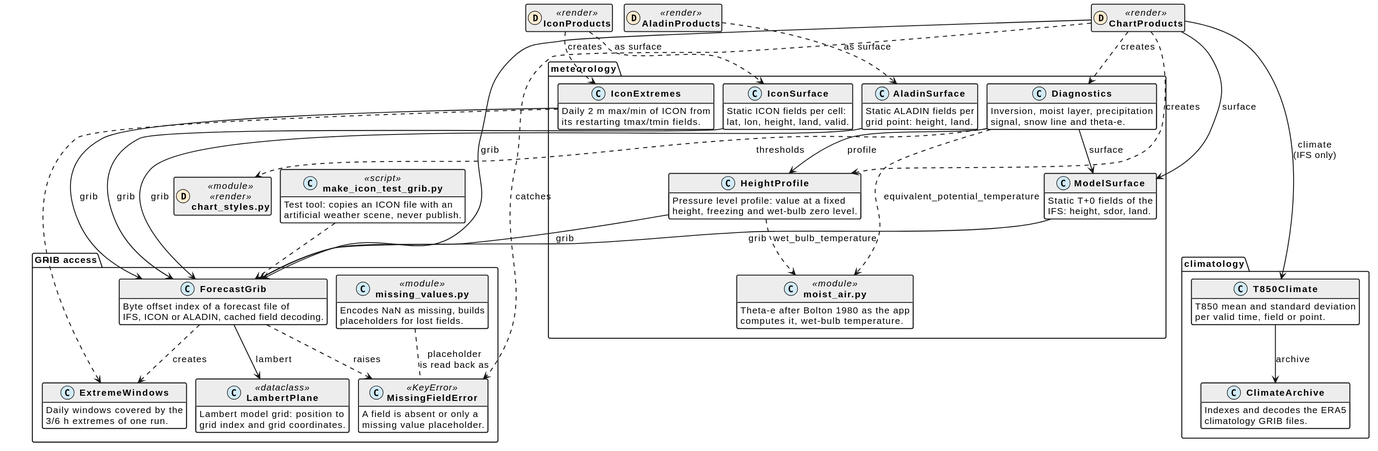
Earlier version of the PlantUML export docs/grib.svg (schletz/wetterkartenviewer).
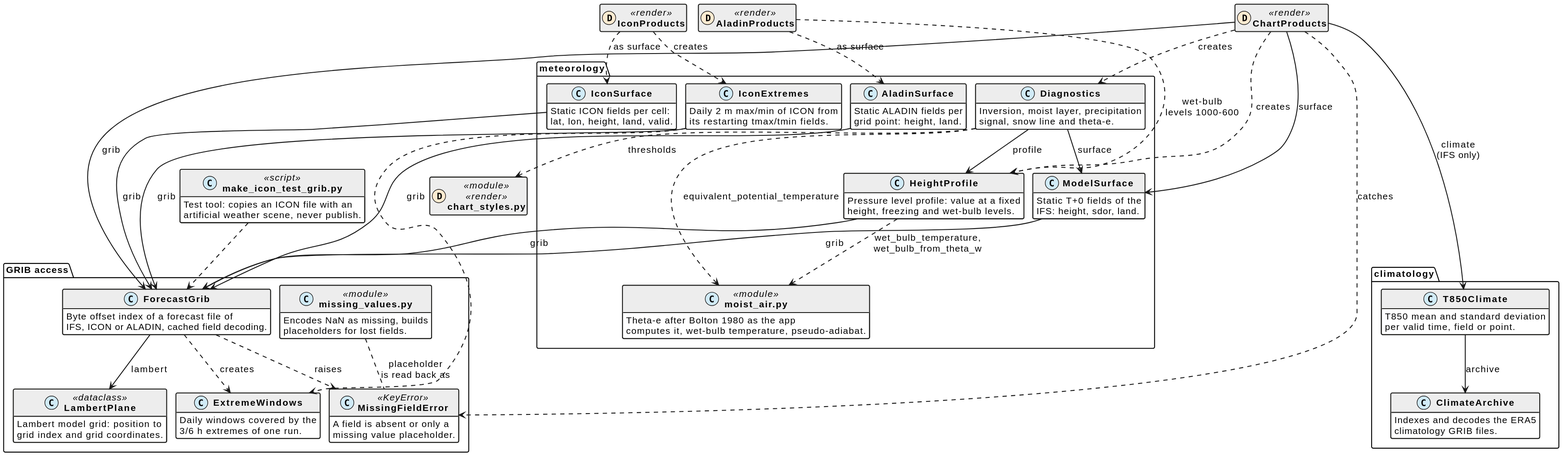
The same file after the commit.

Diff of the diagram source:
```diff
@@ -83,7 +83,7 @@
  }
  class HeightProfile {
  Pressure level profile: value at a fixed
- height, freezing and wet-bulb zero level.
+ height, freezing and wet-bulb levels.
  }
  class Diagnostics {
  Inversion, moist layer, precipitation
@@ -91,7 +91,7 @@
  }
  class "moist_air.py" as moist_air <<module>> {
  Theta-e after Bolton 1980 as the app
- computes it, wet-bulb temperature.
+ computes it, wet-bulb temperature, pseudo-adiabat.
  }
  class IconExtremes {
  Daily 2 m max/min of ICON from
@@ -113,6 +113,7 @@
 class IconProducts << (D,#fdebd1) render >>
 class AladinProducts << (D,#fdebd1) render >>
 AladinProducts ..> AladinSurface : as surface
+AladinProducts ..> HeightProfile : wet-bulb\nlevels 1000-600
 AladinSurface --> ForecastGrib : grib
 ForecastGrib --> LambertPlane : lambert
 ChartProducts --> ForecastGrib : grib
@@ -130,7 +131,7 @@
 ModelSurface --> ForecastGrib : grib
 IconSurface --> ForecastGrib : grib
 HeightProfile --> ForecastGrib : grib
-HeightProfile ..> moist_air : wet_bulb_temperature
+HeightProfile ..> moist_air : wet_bulb_temperature,\nwet_bulb_from_theta_w
 Diagnostics --> HeightProfile : profile
 Diagnostics --> ModelSurface : surface
 Diagnostics ..> chart_styles : thresholds
```
